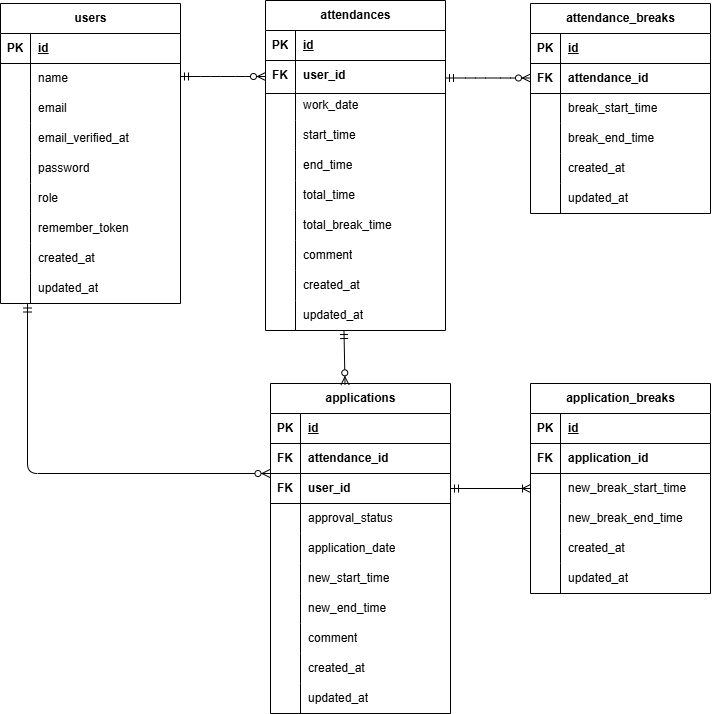
Earlier version of the draw.io export er.png (mami-kbb/time-card). Source tidied: cells renumbered, new cells last; positions are measured from the earlier drawing's top-left corner, leaving out a move shared by most shapes.
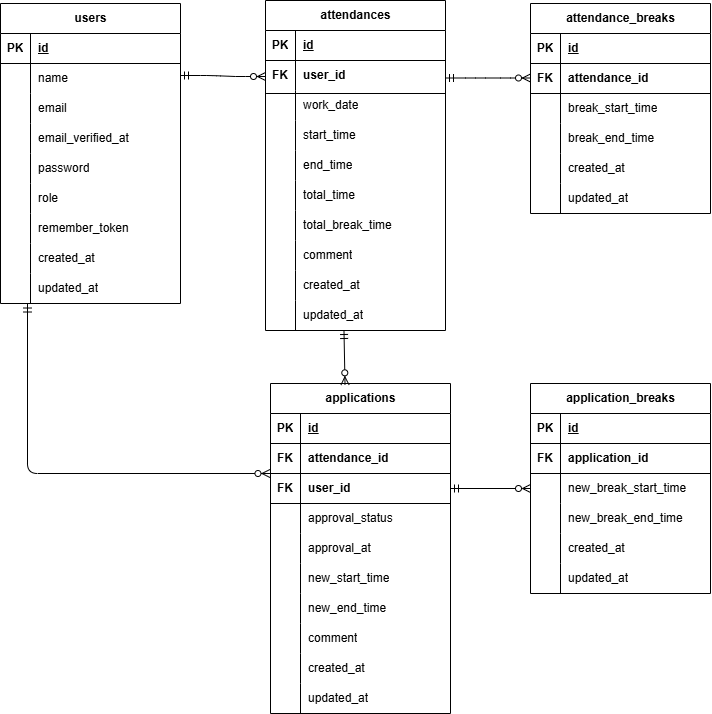
After the commit.

Change to the diagram source:
```diff
@@ -208,7 +208,7 @@
     <mxCell id="68" style="shape=partialRectangle;fillColor=none;top=0;left=0;bottom=0;right=0;overflow=hidden;whiteSpace=wrap;html=1;" parent="67" vertex="1">
       <mxGeometry width="30" height="30" as="geometry" />
     </mxCell>
-    <mxCell id="69" value="application_date" style="shape=partialRectangle;fillColor=none;top=0;left=0;bottom=0;right=0;align=left;spacingLeft=6;overflow=hidden;whiteSpace=wrap;html=1;" parent="67" vertex="1">
+    <mxCell id="69" value="approval_at" style="shape=partialRectangle;fillColor=none;top=0;left=0;bottom=0;right=0;align=left;spacingLeft=6;overflow=hidden;whiteSpace=wrap;html=1;" parent="67" vertex="1">
       <mxGeometry x="30" width="150" height="30" as="geometry" />
     </mxCell>
     <mxCell id="70" style="shape=tableRow;horizontal=0;startSize=0;swimlaneHead=0;swimlaneBody=0;fillColor=none;top=0;left=0;right=0;bottom=0;" parent="54" vertex="1">
@@ -269,7 +269,7 @@
     </mxCell>
     <mxCell id="87" style="edgeStyle=entityRelationEdgeStyle;fontSize=12;html=1;endArrow=ERzeroToMany;startArrow=ERmandOne;exitX=1;exitY=0.5;exitDx=0;exitDy=0;entryX=0;entryY=0.733;entryDx=0;entryDy=0;entryPerimeter=0;" parent="1" edge="1">
       <mxGeometry relative="1" as="geometry">
-        <mxPoint x="180" y="76" as="sourcePoint" />
+        <mxPoint x="180" y="75" as="sourcePoint" />
         <mxPoint x="265" y="76" as="targetPoint" />
         <Array as="points">
           <mxPoint x="180" y="80.5" />
@@ -292,7 +292,7 @@
     <mxCell id="90" style="fontSize=12;html=1;endArrow=ERzeroToMany;startArrow=ERmandOne;exitX=0.436;exitY=1;exitDx=0;exitDy=0;exitPerimeter=0;strokeColor=default;entryX=0.414;entryY=0.004;entryDx=0;entryDy=0;entryPerimeter=0;" parent="1" edge="1" source="141" target="54">
       <mxGeometry relative="1" as="geometry" />
     </mxCell>
-    <mxCell id="91" style="fontSize=12;html=1;endArrow=ERoneToMany;startArrow=ERmandOne;exitX=1;exitY=0.5;exitDx=0;exitDy=0;entryX=0;entryY=0.5;entryDx=0;entryDy=0;endFill=0;" parent="1" edge="1" source="61" target="100">
+    <mxCell id="91" style="fontSize=12;html=1;endArrow=ERzeroToMany;startArrow=ERmandOne;exitX=1;exitY=0.5;exitDx=0;exitDy=0;entryX=0;entryY=0.5;entryDx=0;entryDy=0;endFill=0;" parent="1" edge="1" source="61" target="100">
       <mxGeometry relative="1" as="geometry" />
     </mxCell>
     <mxCell id="92" style="group;" parent="1" vertex="1">
```
